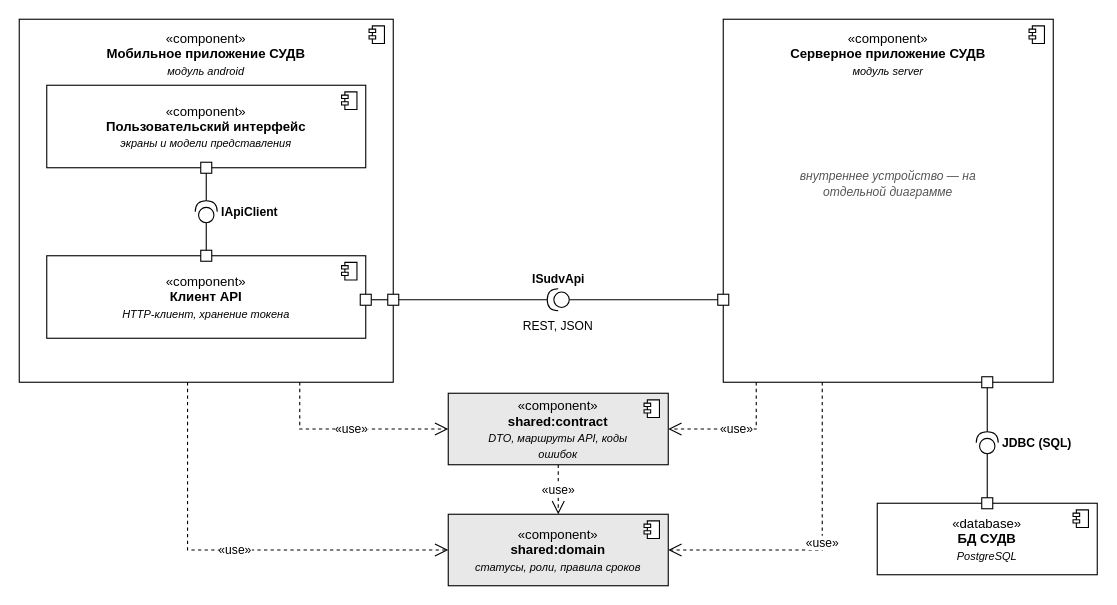
Earlier version of the draw.io diagram page "12_components_general" (2 of 5) of docs/diagrams/practices_6-7.drawio (HayKor/io-kursach). Source tidied: cells renumbered, new cells numbered last; positions are measured from the earlier drawing's top-left corner, leaving out a move shared by most shapes. Both pictures are drawn from the tidied source at 110%, with x=0, y=0 at pixel (19, 19).
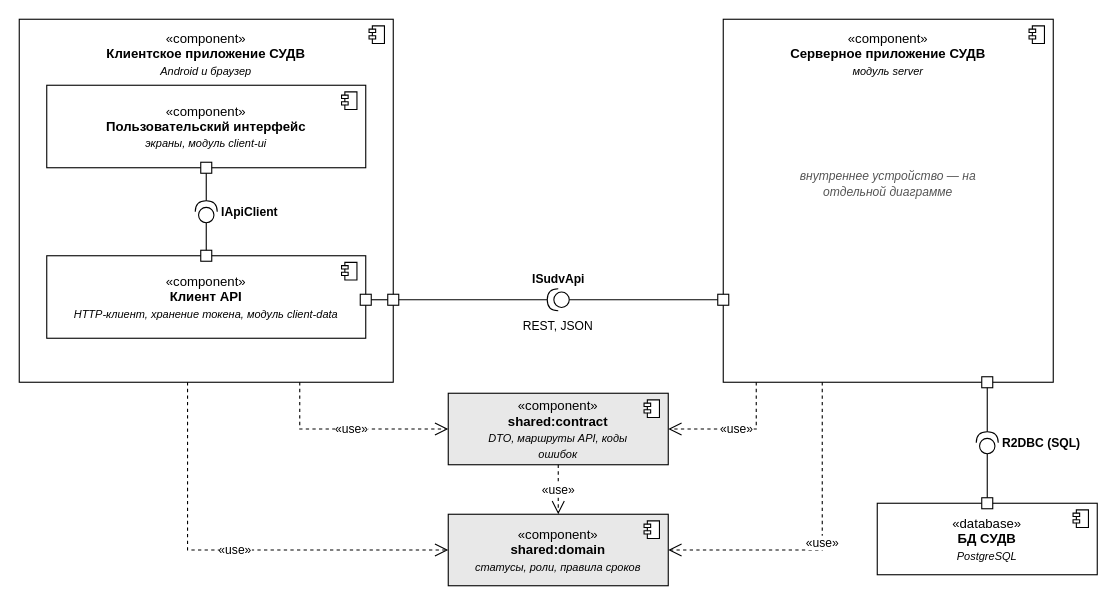
Above is the later version.

The edit, as a diff of the source:
```diff
@@
-    <mxCell id="2" value="«component»&lt;br&gt;&lt;b&gt;Мобильное приложение СУДВ&lt;/b&gt;&lt;br&gt;&lt;i&gt;&lt;font style=&quot;font-size: 10px;&quot;&gt;модуль android&lt;/font&gt;&lt;/i&gt;" style="html=1;whiteSpace=wrap;fontSize=12;fontFamily=Arial;fillColor=#FFFFFF;strokeColor=#000000;verticalAlign=top;spacingTop=4;spacingRight=18;spacingLeft=18;" parent="1" vertex="1">
+    <mxCell id="2" value="«component»&lt;br&gt;&lt;b&gt;Клиентское приложение СУДВ&lt;/b&gt;&lt;br&gt;&lt;i&gt;&lt;font style=&quot;font-size: 10px;&quot;&gt;Android и браузер&lt;/font&gt;&lt;/i&gt;" style="html=1;whiteSpace=wrap;fontSize=12;fontFamily=Arial;fillColor=#FFFFFF;strokeColor=#000000;verticalAlign=top;spacingTop=4;spacingRight=18;spacingLeft=18;" parent="1" vertex="1">
       <mxGeometry width="340" height="330" as="geometry" />
     </mxCell>
@@
-    <mxCell id="4" value="«component»&lt;br&gt;&lt;b&gt;Пользовательский интерфейс&lt;/b&gt;&lt;br&gt;&lt;i&gt;&lt;font style=&quot;font-size: 10px;&quot;&gt;экраны и модели представления&lt;/font&gt;&lt;/i&gt;" style="html=1;whiteSpace=wrap;fontSize=12;fontFamily=Arial;fillColor=#FFFFFF;strokeColor=#000000;verticalAlign=middle;spacingRight=18;spacingLeft=18;" parent="2" vertex="1">
+    <mxCell id="4" value="«component»&lt;br&gt;&lt;b&gt;Пользовательский интерфейс&lt;/b&gt;&lt;br&gt;&lt;i&gt;&lt;font style=&quot;font-size: 10px;&quot;&gt;экраны, модуль client-ui&lt;/font&gt;&lt;/i&gt;" style="html=1;whiteSpace=wrap;fontSize=12;fontFamily=Arial;fillColor=#FFFFFF;strokeColor=#000000;verticalAlign=middle;spacingRight=18;spacingLeft=18;" parent="2" vertex="1">
       <mxGeometry x="25" y="60" width="290" height="75" as="geometry" />
     </mxCell>
@@
-    <mxCell id="6" value="«component»&lt;br&gt;&lt;b&gt;Клиент API&lt;/b&gt;&lt;br&gt;&lt;i&gt;&lt;font style=&quot;font-size: 10px;&quot;&gt;HTTP-клиент, хранение токена&lt;/font&gt;&lt;/i&gt;" style="html=1;whiteSpace=wrap;fontSize=12;fontFamily=Arial;fillColor=#FFFFFF;strokeColor=#000000;verticalAlign=middle;spacingRight=18;spacingLeft=18;" parent="2" vertex="1">
+    <mxCell id="6" value="«component»&lt;br&gt;&lt;b&gt;Клиент API&lt;/b&gt;&lt;br&gt;&lt;i&gt;&lt;font style=&quot;font-size: 10px;&quot;&gt;HTTP-клиент, хранение токена, модуль client-data&lt;/font&gt;&lt;/i&gt;" style="html=1;whiteSpace=wrap;fontSize=12;fontFamily=Arial;fillColor=#FFFFFF;strokeColor=#000000;verticalAlign=middle;spacingRight=18;spacingLeft=18;" parent="2" vertex="1">
       <mxGeometry x="25" y="215" width="290" height="75" as="geometry" />
     </mxCell>
@@
-    <mxCell id="28" value="JDBC (SQL)" style="shape=providedRequiredInterface;html=1;fontSize=11;fontStyle=1;fontFamily=Arial;direction=north;labelPosition=right;align=left;verticalLabelPosition=middle;verticalAlign=middle;spacingLeft=2;" parent="1" vertex="1">
+    <mxCell id="28" value="R2DBC (SQL)" style="shape=providedRequiredInterface;html=1;fontSize=11;fontStyle=1;fontFamily=Arial;direction=north;labelPosition=right;align=left;verticalLabelPosition=middle;verticalAlign=middle;spacingLeft=2;" parent="1" vertex="1">
       <mxGeometry x="870" y="375" width="20" height="20" as="geometry" />
     </mxCell>
```
